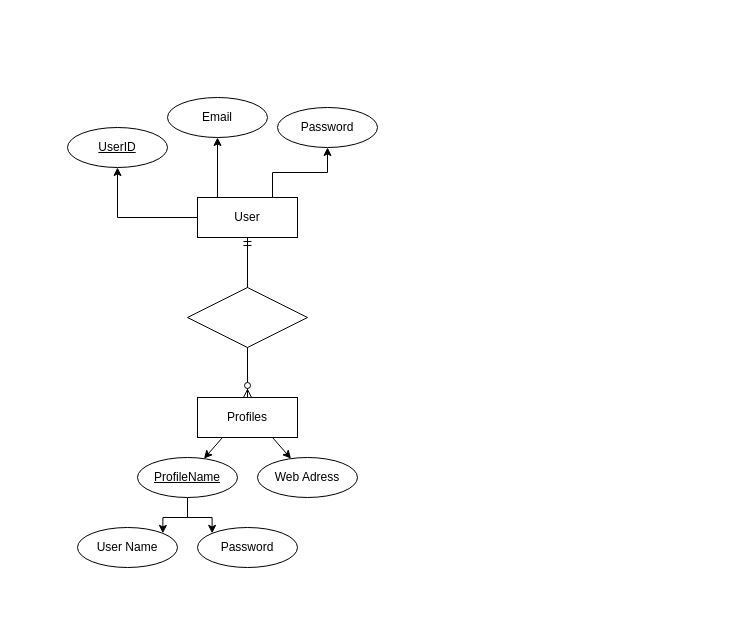
This is Başlıksız Diyagram.drawio from Dot0exe/Password-Manager, a draw.io file, before an edit. Source tidied: cells renumbered, new cells numbered last; positions are measured from the earlier drawing's top-left corner, leaving out a move shared by most shapes. Both pictures are drawn from the tidied source at 100%, with x=0, y=0 at pixel (67, 97).
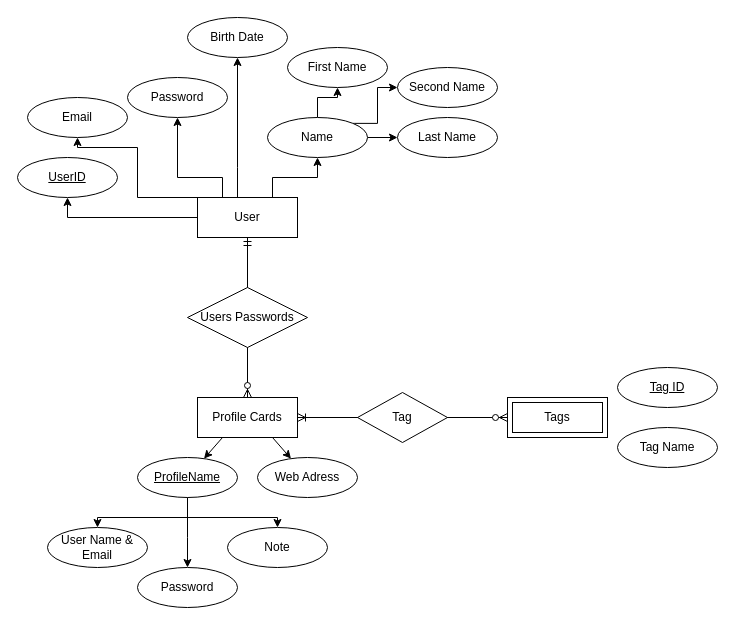
The same diagram, later.

The change refers to these unchanged cells:
```xml
<mxCell id="2" style="group;" parent="1" vertex="1">
  <mxGeometry x="120" y="100" width="120" height="240" as="geometry" />
</mxCell>
<mxCell id="3" value="User&lt;br&gt;" style="whiteSpace=wrap;html=1;align=center;" parent="2" vertex="1">
  <mxGeometry x="10" width="100" height="40" as="geometry" />
</mxCell>
<mxCell id="15" value="ProfileName" style="ellipse;whiteSpace=wrap;html=1;align=center;fontStyle=4;" parent="1" vertex="1">
  <mxGeometry x="70" y="360" width="100" height="40" as="geometry" />
</mxCell>
```

Change to the diagram source:
```diff
@@
-    <mxCell id="4" value="Profiles&lt;br&gt;" style="whiteSpace=wrap;html=1;align=center;" parent="2" vertex="1">
+    <mxCell id="4" value="Profile Cards&lt;br&gt;" style="whiteSpace=wrap;html=1;align=center;" parent="2" vertex="1">
       <mxGeometry x="10" y="200" width="100" height="40" as="geometry" />
     </mxCell>
@@
-    <mxCell id="6" style="shape=rhombus;perimeter=rhombusPerimeter;whiteSpace=wrap;html=1;align=center;" parent="2" vertex="1">
+    <mxCell id="6" value="Users Passwords" style="shape=rhombus;perimeter=rhombusPerimeter;whiteSpace=wrap;html=1;align=center;" parent="2" vertex="1">
       <mxGeometry y="90" width="120" height="60" as="geometry" />
     </mxCell>
     <mxCell id="7" value="UserID" style="ellipse;whiteSpace=wrap;html=1;align=center;fontStyle=4;" parent="1" vertex="1">
-      <mxGeometry y="30" width="100" height="40" as="geometry" />
+      <mxGeometry x="-50" y="60" width="100" height="40" as="geometry" />
     </mxCell>
@@
     <mxCell id="9" value="Email" style="ellipse;whiteSpace=wrap;html=1;align=center;" parent="1" vertex="1">
-      <mxGeometry x="100" width="100" height="40" as="geometry" />
+      <mxGeometry x="-40" width="100" height="40" as="geometry" />
     </mxCell>
     <mxCell id="10" value="Password" style="ellipse;whiteSpace=wrap;html=1;align=center;" parent="1" vertex="1">
-      <mxGeometry x="210" y="10" width="100" height="40" as="geometry" />
+      <mxGeometry x="60" y="-20" width="100" height="40" as="geometry" />
     </mxCell>
-    <mxCell id="11" style="edgeStyle=orthogonalEdgeStyle;rounded=0;jettySize=auto;html=1;exitX=0.75;exitY=0;exitDx=0;exitDy=0;entryX=0.5;entryY=1;entryDx=0;entryDy=0;" parent="1" edge="1" source="3" target="10">
-      <mxGeometry relative="1" as="geometry" />
-    </mxCell>
-    <mxCell id="12" style="edgeStyle=orthogonalEdgeStyle;rounded=0;jettySize=auto;html=1;exitX=0.2;exitY=0;exitDx=0;exitDy=0;entryX=0.5;entryY=1;entryDx=0;entryDy=0;exitPerimeter=0;" parent="1" edge="1" source="3" target="9">
-      <mxGeometry relative="1" as="geometry" />
+    <mxCell id="12" style="edgeStyle=orthogonalEdgeStyle;rounded=0;jettySize=auto;html=1;exitX=0;exitY=0;exitDx=0;exitDy=0;entryX=0.5;entryY=1;entryDx=0;entryDy=0;" parent="1" edge="1" source="3" target="9">
+      <mxGeometry relative="1" as="geometry">
+        <Array as="points">
+          <mxPoint x="70" y="100" />
+          <mxPoint x="70" y="50" />
+          <mxPoint x="10" y="50" />
+        </Array>
+      </mxGeometry>
     </mxCell>
-    <mxCell id="13" style="edgeStyle=orthogonalEdgeStyle;rounded=0;jettySize=auto;html=1;exitX=0.5;exitY=1;exitDx=0;exitDy=0;entryX=1;entryY=0;entryDx=0;entryDy=0;" parent="1" edge="1" source="15" target="17">
-      <mxGeometry relative="1" as="geometry" />
+    <mxCell id="13" style="edgeStyle=orthogonalEdgeStyle;rounded=0;jettySize=auto;html=1;exitX=0.5;exitY=1;exitDx=0;exitDy=0;entryX=0.5;entryY=0;entryDx=0;entryDy=0;" parent="1" edge="1" source="15" target="17">
+      <mxGeometry relative="1" as="geometry">
+        <Array as="points">
+          <mxPoint x="120" y="420" />
+          <mxPoint x="30" y="420" />
+        </Array>
+      </mxGeometry>
     </mxCell>
-    <mxCell id="14" style="edgeStyle=orthogonalEdgeStyle;rounded=0;jettySize=auto;html=1;exitX=0.5;exitY=1;exitDx=0;exitDy=0;entryX=0;entryY=0;entryDx=0;entryDy=0;" parent="1" edge="1" source="15" target="18">
-      <mxGeometry relative="1" as="geometry" />
+    <mxCell id="14" style="edgeStyle=orthogonalEdgeStyle;rounded=0;jettySize=auto;html=1;exitX=0.5;exitY=1;exitDx=0;exitDy=0;entryX=0.5;entryY=0;entryDx=0;entryDy=0;" parent="1" edge="1" source="15" target="18">
+      <mxGeometry relative="1" as="geometry">
+        <Array as="points">
+          <mxPoint x="120" y="440" />
+          <mxPoint x="120" y="440" />
+        </Array>
+      </mxGeometry>
     </mxCell>
+    <mxCell id="21" style="edgeStyle=orthogonalEdgeStyle;rounded=0;jettySize=auto;html=1;" parent="1" edge="1" source="15" target="22">
+      <mxGeometry relative="1" as="geometry">
+        <Array as="points">
+          <mxPoint x="120" y="420" />
+          <mxPoint x="210" y="420" />
+        </Array>
+      </mxGeometry>
+    </mxCell>
@@
-    <mxCell id="17" value="User Name" style="ellipse;whiteSpace=wrap;html=1;align=center;" parent="1" vertex="1">
-      <mxGeometry x="10" y="430" width="100" height="40" as="geometry" />
+    <mxCell id="17" value="User Name &amp;amp; Email" style="ellipse;whiteSpace=wrap;html=1;align=center;" parent="1" vertex="1">
+      <mxGeometry x="-20" y="430" width="100" height="40" as="geometry" />
     </mxCell>
     <mxCell id="18" value="Password" style="ellipse;whiteSpace=wrap;html=1;align=center;" parent="1" vertex="1">
-      <mxGeometry x="130" y="430" width="100" height="40" as="geometry" />
+      <mxGeometry x="70" y="470" width="100" height="40" as="geometry" />
     </mxCell>
@@
+    <mxCell id="22" value="Note" style="ellipse;whiteSpace=wrap;html=1;align=center;" parent="1" vertex="1">
+      <mxGeometry x="160" y="430" width="100" height="40" as="geometry" />
+    </mxCell>
+    <mxCell id="23" value="Birth Date" style="ellipse;whiteSpace=wrap;html=1;align=center;" parent="1" vertex="1">
+      <mxGeometry x="120" y="-80" width="100" height="40" as="geometry" />
+    </mxCell>
+    <mxCell id="24" value="First Name" style="ellipse;whiteSpace=wrap;html=1;align=center;" parent="1" vertex="1">
+      <mxGeometry x="220" y="-50" width="100" height="40" as="geometry" />
+    </mxCell>
+    <mxCell id="25" value="Last Name" style="ellipse;whiteSpace=wrap;html=1;align=center;" parent="1" vertex="1">
+      <mxGeometry x="330" y="20" width="100" height="40" as="geometry" />
+    </mxCell>
+    <mxCell id="26" value="Second Name" style="ellipse;whiteSpace=wrap;html=1;align=center;" parent="1" vertex="1">
+      <mxGeometry x="330" y="-30" width="100" height="40" as="geometry" />
+    </mxCell>
+    <mxCell id="11" style="edgeStyle=orthogonalEdgeStyle;rounded=0;jettySize=auto;html=1;exitX=0.25;exitY=0;exitDx=0;exitDy=0;entryX=0.5;entryY=1;entryDx=0;entryDy=0;" parent="1" edge="1" source="3" target="10">
+      <mxGeometry relative="1" as="geometry">
+        <Array as="points">
+          <mxPoint x="155" y="80" />
+          <mxPoint x="110" y="80" />
+        </Array>
+      </mxGeometry>
+    </mxCell>
+    <mxCell id="27" style="edgeStyle=orthogonalEdgeStyle;rounded=0;jettySize=auto;html=1;entryX=0.5;entryY=1;entryDx=0;entryDy=0;" parent="1" edge="1" source="3" target="23">
+      <mxGeometry relative="1" as="geometry">
+        <Array as="points">
+          <mxPoint x="170" y="70" />
+          <mxPoint x="170" y="70" />
+        </Array>
+      </mxGeometry>
+    </mxCell>
+    <mxCell id="28" style="edgeStyle=orthogonalEdgeStyle;rounded=0;jettySize=auto;html=1;entryX=0.5;entryY=1;entryDx=0;entryDy=0;" parent="1" edge="1" source="31" target="24">
+      <mxGeometry relative="1" as="geometry" />
+    </mxCell>
+    <mxCell id="29" style="edgeStyle=orthogonalEdgeStyle;rounded=0;jettySize=auto;html=1;exitX=1;exitY=0;exitDx=0;exitDy=0;entryX=0;entryY=0.5;entryDx=0;entryDy=0;" parent="1" edge="1" source="31" target="26">
+      <mxGeometry relative="1" as="geometry">
+        <Array as="points">
+          <mxPoint x="310" y="26" />
+          <mxPoint x="310" y="-10" />
+        </Array>
+      </mxGeometry>
+    </mxCell>
+    <mxCell id="30" style="edgeStyle=orthogonalEdgeStyle;rounded=0;jettySize=auto;html=1;exitX=1;exitY=0.5;exitDx=0;exitDy=0;entryX=0;entryY=0.5;entryDx=0;entryDy=0;" parent="1" edge="1" source="31" target="25">
+      <mxGeometry relative="1" as="geometry" />
+    </mxCell>
+    <mxCell id="31" value="Name" style="ellipse;whiteSpace=wrap;html=1;align=center;" parent="1" vertex="1">
+      <mxGeometry x="200" y="20" width="100" height="40" as="geometry" />
+    </mxCell>
+    <mxCell id="32" style="edgeStyle=orthogonalEdgeStyle;rounded=0;jettySize=auto;html=1;exitX=0.75;exitY=0;exitDx=0;exitDy=0;entryX=0.5;entryY=1;entryDx=0;entryDy=0;" parent="1" edge="1" source="3" target="31">
+      <mxGeometry relative="1" as="geometry" />
+    </mxCell>
+    <mxCell id="33" value="Tags" style="shape=ext;margin=3;double=1;whiteSpace=wrap;html=1;align=center;" parent="1" vertex="1">
+      <mxGeometry x="440" y="300" width="100" height="40" as="geometry" />
+    </mxCell>
+    <mxCell id="34" style="fontSize=12;html=1;endArrow=ERoneToMany;startArrow=ERzeroToMany;rounded=0;entryX=1;entryY=0.5;entryDx=0;entryDy=0;exitX=0;exitY=0.5;exitDx=0;exitDy=0;" parent="1" edge="1" source="33" target="4">
+      <mxGeometry relative="1" as="geometry" />
+    </mxCell>
+    <mxCell id="35" value="Tag" style="shape=rhombus;perimeter=rhombusPerimeter;whiteSpace=wrap;html=1;align=center;" parent="1" vertex="1">
+      <mxGeometry x="290" y="295" width="90" height="50" as="geometry" />
+    </mxCell>
+    <mxCell id="36" value="Tag Name" style="ellipse;whiteSpace=wrap;html=1;align=center;" parent="1" vertex="1">
+      <mxGeometry x="550" y="330" width="100" height="40" as="geometry" />
+    </mxCell>
+    <mxCell id="37" value="Tag ID" style="ellipse;whiteSpace=wrap;html=1;align=center;fontStyle=4;" parent="1" vertex="1">
+      <mxGeometry x="550" y="270" width="100" height="40" as="geometry" />
+    </mxCell>
```
